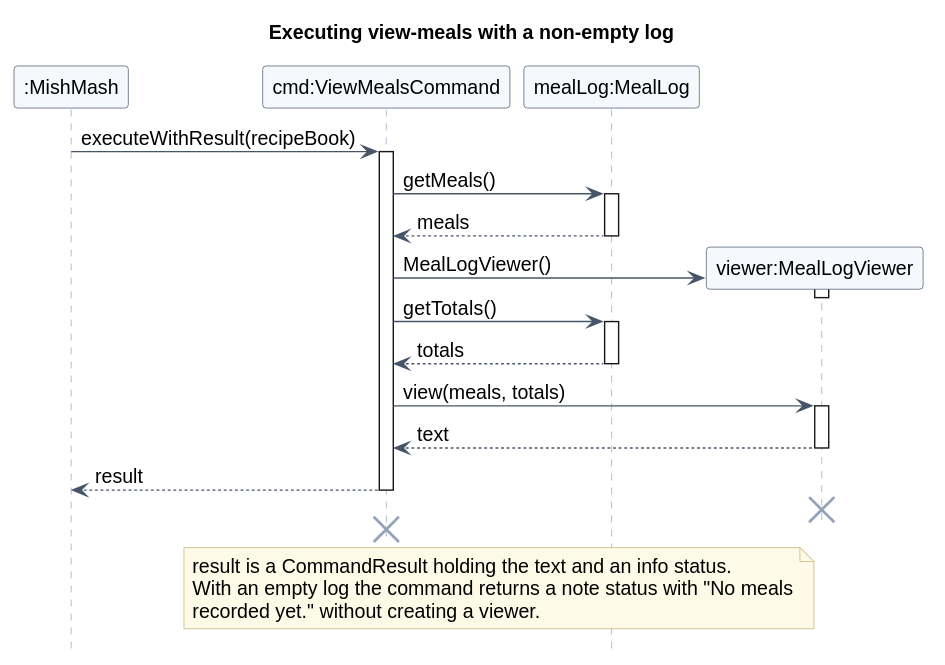
This is docs/images/record-meal/view-meals.svg from Rixte/tp, a PlantUML export, as it was before one commit. The source it was exported from:
```plantuml
@startuml
!include style.iuml
title Executing view-meals with a non-empty log

participant ":MishMash" as App
participant "cmd:ViewMealsCommand" as Command
participant "mealLog:MealLog" as Log
participant "viewer:MealLogViewer" as Viewer

App -> Command : executeWithResult(recipeBook)
activate Command
Command -> Log : getMeals()
activate Log
Log --> Command : meals
deactivate Log
create Viewer
Command -> Viewer : MealLogViewer()
activate Viewer
deactivate Viewer
Command -> Log : getTotals()
activate Log
Log --> Command : totals
deactivate Log
Command -> Viewer : view(meals, totals)
activate Viewer
Viewer --> Command : text
deactivate Viewer
Command --> App : result
deactivate Command
Viewer -[hidden]-> App
destroy Viewer
Command -[hidden]-> App
destroy Command

note over Command, Log
  result is a CommandResult holding the text and an info status.
  With an empty log the command returns a note status with "No meals
  recorded yet." without creating a viewer.
end note
@enduml
```
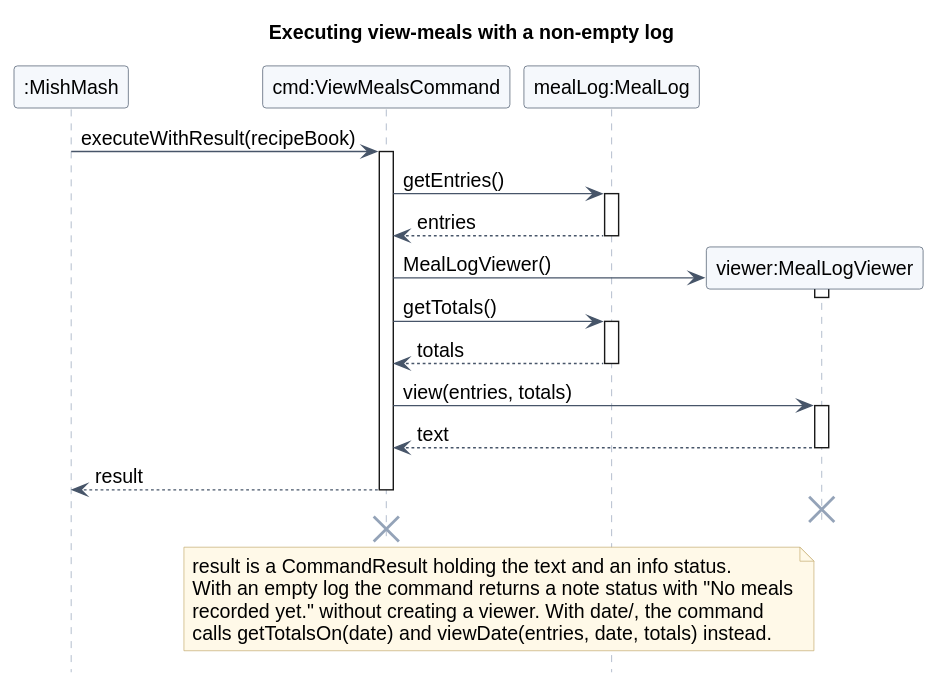
The same diagram one commit later.

Diff of the diagram source:
```diff
@@ -9,9 +9,9 @@
 
 App -> Command : executeWithResult(recipeBook)
 activate Command
-Command -> Log : getMeals()
+Command -> Log : getEntries()
 activate Log
-Log --> Command : meals
+Log --> Command : entries
 deactivate Log
 create Viewer
 Command -> Viewer : MealLogViewer()
@@ -21,7 +21,7 @@
 activate Log
 Log --> Command : totals
 deactivate Log
-Command -> Viewer : view(meals, totals)
+Command -> Viewer : view(entries, totals)
 activate Viewer
 Viewer --> Command : text
 deactivate Viewer
@@ -35,6 +35,7 @@
 note over Command, Log
   result is a CommandResult holding the text and an info status.
   With an empty log the command returns a note status with "No meals
-  recorded yet." without creating a viewer.
+  recorded yet." without creating a viewer. With date/, the command
+  calls getTotalsOn(date) and viewDate(entries, date, totals) instead.
 end note
 @enduml
```
